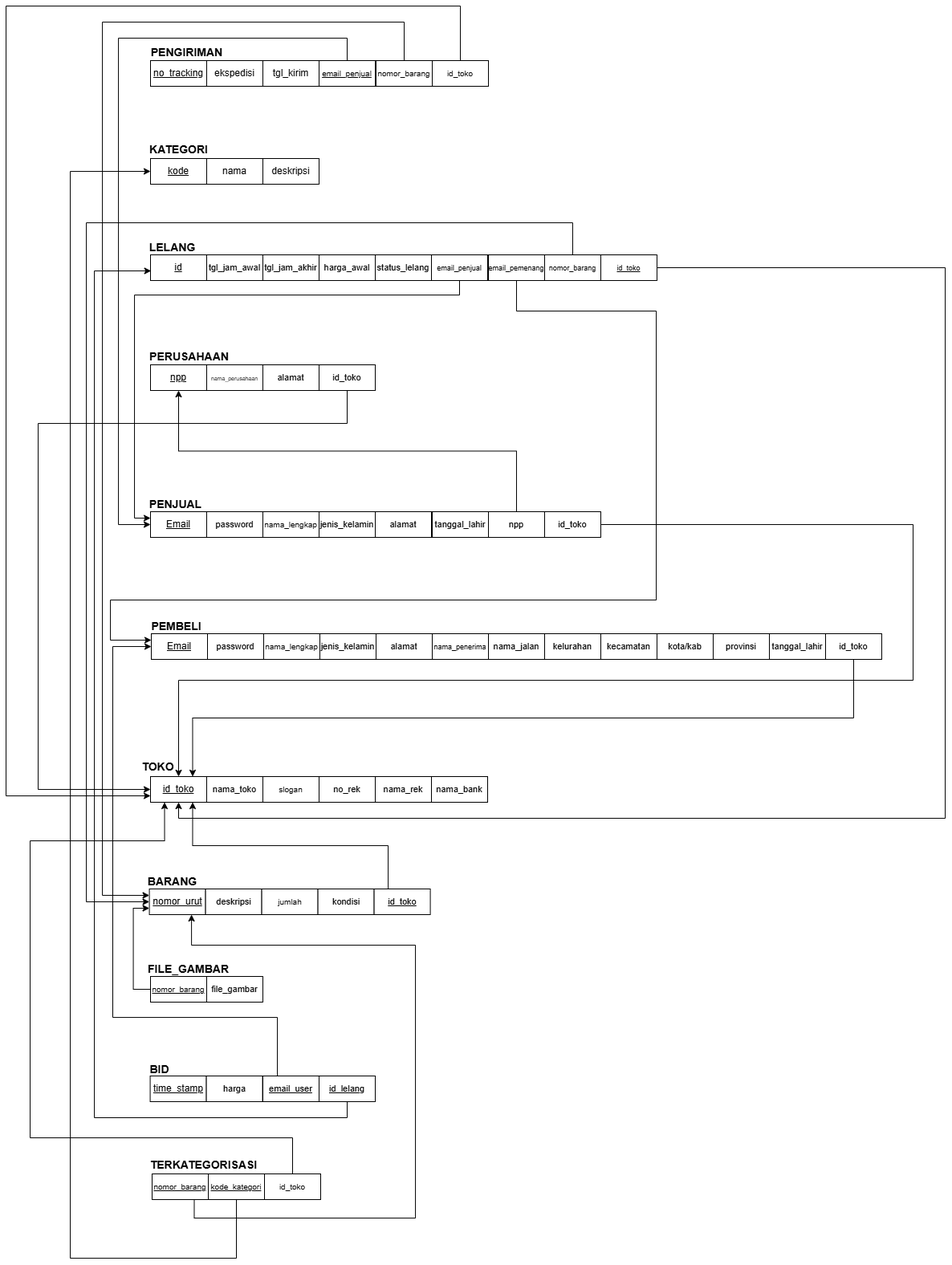
anthef/anthef keeps this draw.io diagram as ti2_basdat.drawio.png. Above is the earlier version. Source tidied: cells renumbered, new cells last; positions are measured from the earlier drawing's top-left corner, leaving out a move shared by most shapes.
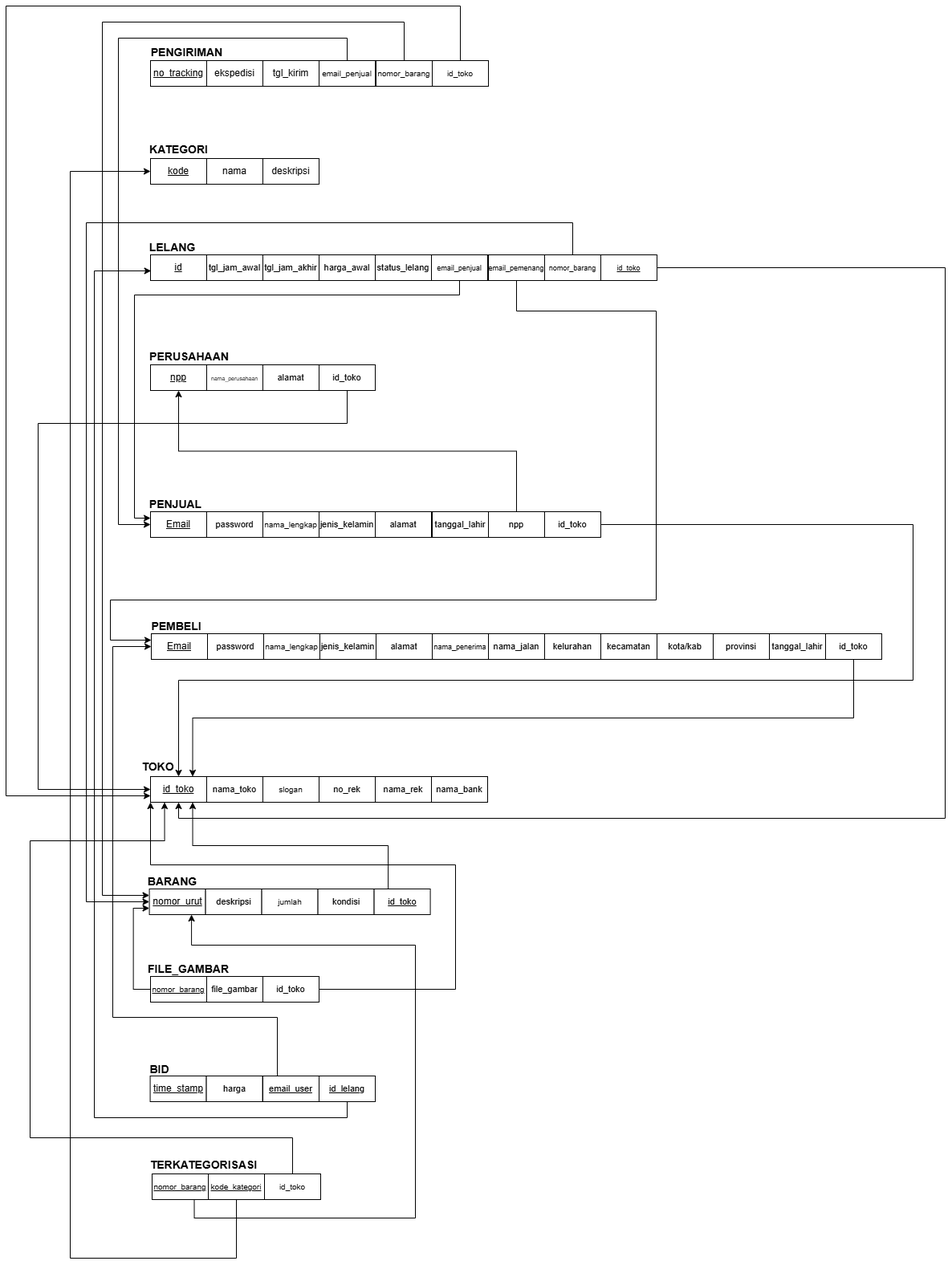
The same file after the commit.

What changed in the source:
```diff
@@ -293,7 +293,7 @@
         </Array>
       </mxGeometry>
     </mxCell>
-    <mxCell id="88" value="&lt;u&gt;&lt;font style=&quot;font-size: 10px;&quot;&gt;email_penjual&lt;/font&gt;&lt;/u&gt;" style="rounded=0;whiteSpace=wrap;html=1;" parent="1" vertex="1">
+    <mxCell id="88" value="&lt;font style=&quot;font-size: 10px;&quot;&gt;email_penjual&lt;/font&gt;" style="rounded=0;whiteSpace=wrap;html=1;" parent="1" vertex="1">
       <mxGeometry x="390" y="68" width="70" height="32" as="geometry" />
     </mxCell>
     <mxCell id="89" style="edgeStyle=orthogonalEdgeStyle;rounded=0;jettySize=auto;html=1;exitX=0.5;exitY=0;exitDx=0;exitDy=0;entryX=0;entryY=0.25;entryDx=0;entryDy=0;" parent="1" edge="1" source="90" target="62">
@@ -424,5 +424,17 @@
         </Array>
       </mxGeometry>
     </mxCell>
+    <mxCell id="113" style="edgeStyle=orthogonalEdgeStyle;rounded=0;jettySize=auto;html=1;exitX=1;exitY=0.5;exitDx=0;exitDy=0;entryX=0;entryY=1;entryDx=0;entryDy=0;" parent="1" edge="1" source="114" target="52">
+      <mxGeometry relative="1" as="geometry">
+        <Array as="points">
+          <mxPoint x="560" y="1225" />
+          <mxPoint x="560" y="1070" />
+          <mxPoint x="180" y="1070" />
+        </Array>
+      </mxGeometry>
+    </mxCell>
+    <mxCell id="114" value="&lt;span style=&quot;font-size: 11px;&quot;&gt;id_toko&lt;/span&gt;" style="rounded=0;whiteSpace=wrap;html=1;" parent="1" vertex="1">
+      <mxGeometry x="320" y="1209" width="70" height="32" as="geometry" />
+    </mxCell>
   </root>
 </mxGraphModel>
```
